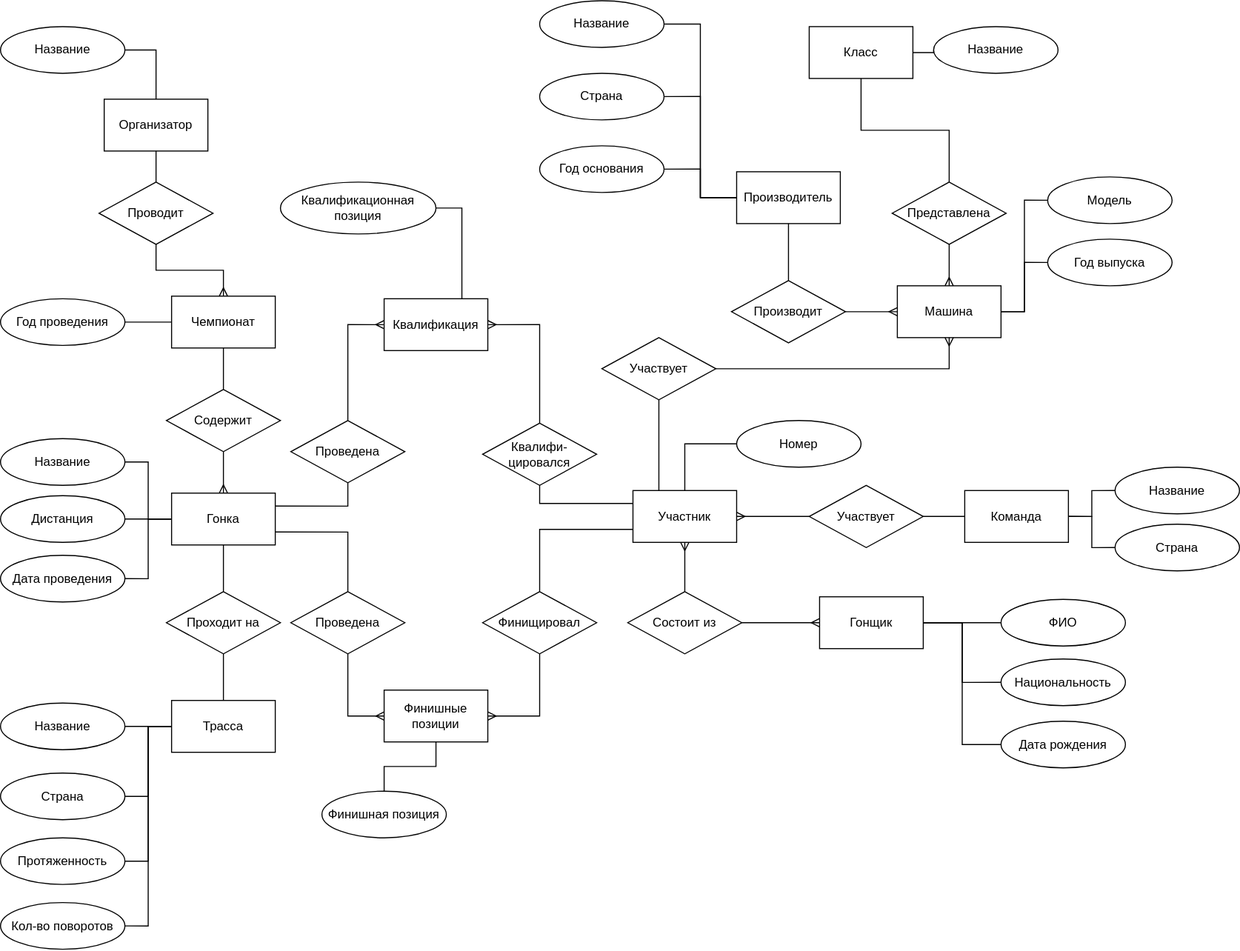
Above: docs/images/ER.svg in k3sslerX/BMSTU_PPO (draw.io), before the change. Source tidied: cells renumbered, new cells last; positions are measured from the earlier drawing's top-left corner, leaving out a move shared by most shapes.
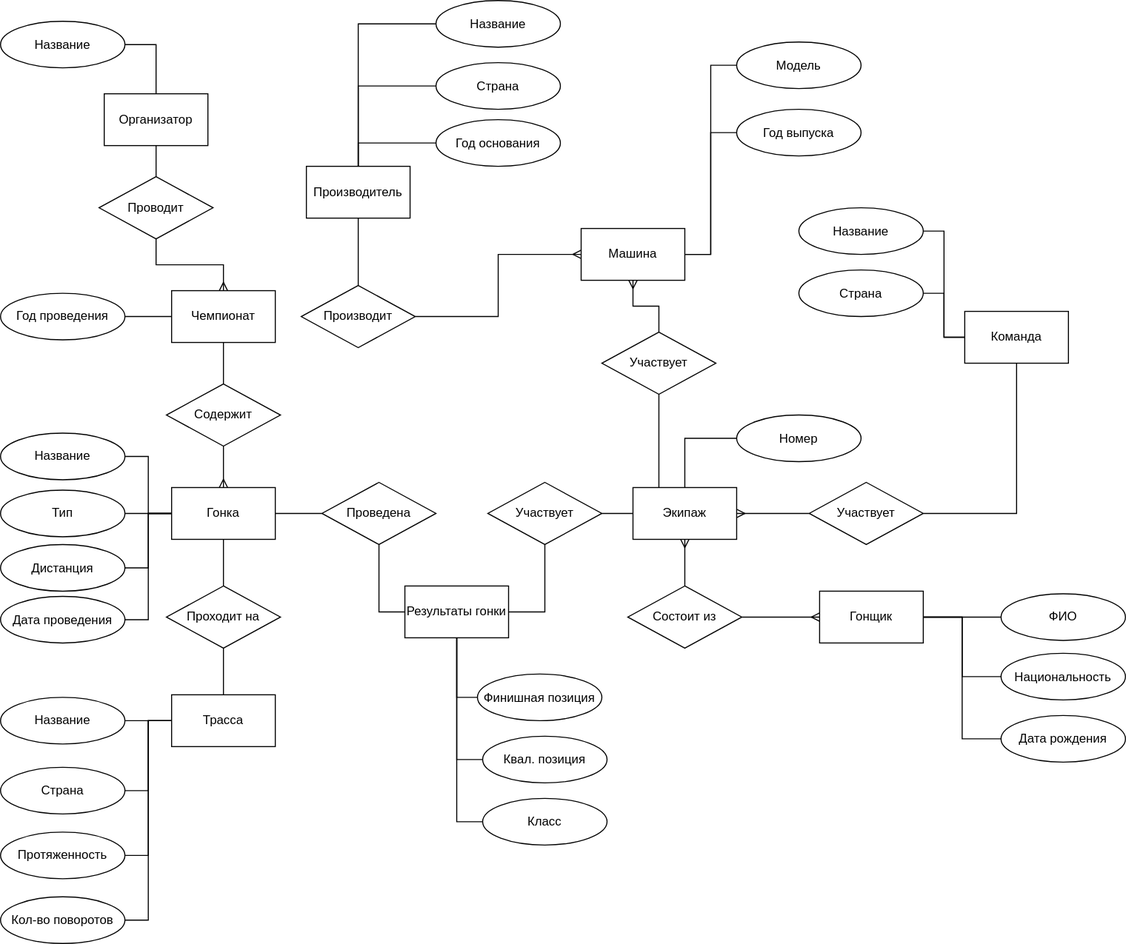
The same diagram one commit later.

Diff of the diagram source:
```diff
@@ -22,5 +22,2 @@
     </mxCell>
-    <mxCell id="8" style="edgeStyle=orthogonalEdgeStyle;rounded=0;jettySize=auto;html=1;exitX=1;exitY=0.25;exitDx=0;exitDy=0;entryX=0.5;entryY=1;entryDx=0;entryDy=0;endArrow=none;startFill=0;" parent="1" edge="1" source="10" target="91">
-      <mxGeometry relative="1" as="geometry" />
-    </mxCell>
     <mxCell id="9" style="edgeStyle=orthogonalEdgeStyle;rounded=0;jettySize=auto;html=1;exitX=0;exitY=0.5;exitDx=0;exitDy=0;entryX=1;entryY=0.5;entryDx=0;entryDy=0;endArrow=none;startFill=0;" parent="1" edge="1" source="10" target="95">
@@ -28,2 +25,8 @@
     </mxCell>
+    <mxCell id="96" style="edgeStyle=orthogonalEdgeStyle;rounded=0;jettySize=auto;html=1;exitX=0;exitY=0.5;exitDx=0;exitDy=0;entryX=1;entryY=0.5;entryDx=0;entryDy=0;endArrow=none;startFill=0;" parent="1" edge="1" source="10" target="99">
+      <mxGeometry relative="1" as="geometry" />
+    </mxCell>
+    <mxCell id="97" style="edgeStyle=orthogonalEdgeStyle;rounded=0;jettySize=auto;html=1;exitX=1;exitY=0.5;exitDx=0;exitDy=0;entryX=0;entryY=0.5;entryDx=0;entryDy=0;endArrow=none;startFill=0;" parent="1" edge="1" source="10" target="109">
+      <mxGeometry relative="1" as="geometry" />
+    </mxCell>
     <mxCell id="10" value="Гонка" style="rounded=0;whiteSpace=wrap;html=1;" parent="1" vertex="1">
@@ -53,12 +56,15 @@
     <mxCell id="18" value="Машина" style="rounded=0;whiteSpace=wrap;html=1;" parent="1" vertex="1">
-      <mxGeometry x="865" y="275" width="100" height="50" as="geometry" />
+      <mxGeometry x="560" y="225" width="100" height="50" as="geometry" />
     </mxCell>
+    <mxCell id="98" style="edgeStyle=orthogonalEdgeStyle;rounded=0;jettySize=auto;html=1;exitX=0.5;exitY=1;exitDx=0;exitDy=0;entryX=1;entryY=0.5;entryDx=0;entryDy=0;endArrow=none;startFill=0;" parent="1" edge="1" source="21" target="67">
+      <mxGeometry relative="1" as="geometry" />
+    </mxCell>
+    <mxCell id="20" style="edgeStyle=orthogonalEdgeStyle;rounded=0;jettySize=auto;html=1;exitX=0;exitY=0.5;exitDx=0;exitDy=0;entryX=1;entryY=0.5;entryDx=0;entryDy=0;endArrow=none;startFill=0;" parent="1" edge="1" source="21" target="52">
+      <mxGeometry relative="1" as="geometry" />
+    </mxCell>
-    <mxCell id="19" style="edgeStyle=orthogonalEdgeStyle;rounded=0;jettySize=auto;html=1;exitX=1;exitY=0.5;exitDx=0;exitDy=0;entryX=0;entryY=0.5;entryDx=0;entryDy=0;endArrow=none;startFill=0;" parent="1" edge="1" source="21" target="51">
+    <mxCell id="19" style="edgeStyle=orthogonalEdgeStyle;rounded=0;jettySize=auto;html=1;exitX=0;exitY=0.5;exitDx=0;exitDy=0;entryX=1;entryY=0.5;entryDx=0;entryDy=0;endArrow=none;startFill=0;" parent="1" edge="1" source="21" target="51">
       <mxGeometry relative="1" as="geometry" />
     </mxCell>
-    <mxCell id="20" style="edgeStyle=orthogonalEdgeStyle;rounded=0;jettySize=auto;html=1;exitX=1;exitY=0.5;exitDx=0;exitDy=0;entryX=0;entryY=0.5;entryDx=0;entryDy=0;endArrow=none;startFill=0;" parent="1" edge="1" source="21" target="52">
-      <mxGeometry relative="1" as="geometry" />
-    </mxCell>
     <mxCell id="21" value="Команда" style="rounded=0;whiteSpace=wrap;html=1;" parent="1" vertex="1">
-      <mxGeometry x="930" y="472.5" width="100" height="50" as="geometry" />
+      <mxGeometry x="930" y="305" width="100" height="50" as="geometry" />
     </mxCell>
@@ -98,11 +104,11 @@
     <mxCell id="33" value="Название" style="ellipse;whiteSpace=wrap;html=1;" parent="1" vertex="1">
-      <mxGeometry x="520" width="120" height="45" as="geometry" />
+      <mxGeometry x="420" y="5" width="120" height="45" as="geometry" />
     </mxCell>
-    <mxCell id="34" style="edgeStyle=orthogonalEdgeStyle;rounded=0;jettySize=auto;html=1;exitX=0;exitY=0.5;exitDx=0;exitDy=0;entryX=1;entryY=0.5;entryDx=0;entryDy=0;endArrow=none;startFill=0;" parent="1" edge="1" source="37" target="42">
+    <mxCell id="34" style="edgeStyle=orthogonalEdgeStyle;rounded=0;jettySize=auto;html=1;exitX=0.5;exitY=0;exitDx=0;exitDy=0;entryX=0;entryY=0.5;entryDx=0;entryDy=0;endArrow=none;startFill=0;" parent="1" edge="1" source="37" target="42">
       <mxGeometry relative="1" as="geometry" />
     </mxCell>
-    <mxCell id="35" style="edgeStyle=orthogonalEdgeStyle;rounded=0;jettySize=auto;html=1;exitX=0;exitY=0.5;exitDx=0;exitDy=0;entryX=1;entryY=0.5;entryDx=0;entryDy=0;endArrow=none;startFill=0;" parent="1" edge="1" source="37" target="41">
+    <mxCell id="35" style="edgeStyle=orthogonalEdgeStyle;rounded=0;jettySize=auto;html=1;exitX=0.5;exitY=0;exitDx=0;exitDy=0;entryX=0;entryY=0.5;entryDx=0;entryDy=0;endArrow=none;startFill=0;" parent="1" edge="1" source="37" target="41">
       <mxGeometry relative="1" as="geometry" />
     </mxCell>
-    <mxCell id="36" style="edgeStyle=orthogonalEdgeStyle;rounded=0;jettySize=auto;html=1;exitX=0;exitY=0.5;exitDx=0;exitDy=0;entryX=1;entryY=0.5;entryDx=0;entryDy=0;endArrow=none;startFill=0;" parent="1" edge="1" source="37" target="33">
+    <mxCell id="36" style="edgeStyle=orthogonalEdgeStyle;rounded=0;jettySize=auto;html=1;exitX=0.5;exitY=0;exitDx=0;exitDy=0;entryX=0;entryY=0.5;entryDx=0;entryDy=0;endArrow=none;startFill=0;" parent="1" edge="1" source="37" target="33">
       <mxGeometry relative="1" as="geometry" />
@@ -110,3 +116,3 @@
     <mxCell id="37" value="Производитель" style="rounded=0;whiteSpace=wrap;html=1;" parent="1" vertex="1">
-      <mxGeometry x="710" y="165" width="100" height="50" as="geometry" />
+      <mxGeometry x="295" y="165" width="100" height="50" as="geometry" />
     </mxCell>
@@ -119,40 +125,19 @@
     <mxCell id="40" value="Производит" style="rhombus;whiteSpace=wrap;html=1;" parent="1" vertex="1">
-      <mxGeometry x="705" y="270" width="110" height="60" as="geometry" />
+      <mxGeometry x="290" y="280" width="110" height="60" as="geometry" />
     </mxCell>
     <mxCell id="41" value="Страна" style="ellipse;whiteSpace=wrap;html=1;" parent="1" vertex="1">
-      <mxGeometry x="520" y="70" width="120" height="45" as="geometry" />
+      <mxGeometry x="420" y="65" width="120" height="45" as="geometry" />
     </mxCell>
     <mxCell id="42" value="Год основания" style="ellipse;whiteSpace=wrap;html=1;" parent="1" vertex="1">
-      <mxGeometry x="520" y="140" width="120" height="45" as="geometry" />
+      <mxGeometry x="420" y="120" width="120" height="45" as="geometry" />
     </mxCell>
     <mxCell id="43" value="Модель" style="ellipse;whiteSpace=wrap;html=1;" parent="1" vertex="1">
-      <mxGeometry x="1010" y="170" width="120" height="45" as="geometry" />
+      <mxGeometry x="710" y="45" width="120" height="45" as="geometry" />
     </mxCell>
     <mxCell id="44" value="Год выпуска" style="ellipse;whiteSpace=wrap;html=1;" parent="1" vertex="1">
-      <mxGeometry x="1010" y="230" width="120" height="45" as="geometry" />
+      <mxGeometry x="710" y="110" width="120" height="45" as="geometry" />
     </mxCell>
-    <mxCell id="45" style="edgeStyle=orthogonalEdgeStyle;rounded=0;jettySize=auto;html=1;exitX=1;exitY=0.5;exitDx=0;exitDy=0;entryX=0;entryY=0.5;entryDx=0;entryDy=0;endArrow=none;startFill=0;" parent="1" edge="1" source="46" target="50">
-      <mxGeometry relative="1" as="geometry" />
-    </mxCell>
-    <mxCell id="46" value="Класс" style="rounded=0;whiteSpace=wrap;html=1;" parent="1" vertex="1">
-      <mxGeometry x="780" y="25" width="100" height="50" as="geometry" />
-    </mxCell>
-    <mxCell id="47" style="edgeStyle=orthogonalEdgeStyle;rounded=0;jettySize=auto;html=1;exitX=0.5;exitY=1;exitDx=0;exitDy=0;entryX=0.5;entryY=0;entryDx=0;entryDy=0;endArrow=ERmany;endFill=0;" parent="1" edge="1" source="49" target="18">
-      <mxGeometry relative="1" as="geometry" />
-    </mxCell>
-    <mxCell id="48" style="edgeStyle=orthogonalEdgeStyle;rounded=0;jettySize=auto;html=1;exitX=0.5;exitY=0;exitDx=0;exitDy=0;entryX=0.5;entryY=1;entryDx=0;entryDy=0;endArrow=none;startFill=0;" parent="1" edge="1" source="49" target="46">
-      <mxGeometry relative="1" as="geometry" />
-    </mxCell>
-    <mxCell id="49" value="Представлена" style="rhombus;whiteSpace=wrap;html=1;" parent="1" vertex="1">
-      <mxGeometry x="860" y="175" width="110" height="60" as="geometry" />
-    </mxCell>
-    <mxCell id="50" value="Название" style="ellipse;whiteSpace=wrap;html=1;" parent="1" vertex="1">
-      <mxGeometry x="900" y="25" width="120" height="45" as="geometry" />
-    </mxCell>
     <mxCell id="51" value="Название" style="ellipse;whiteSpace=wrap;html=1;" parent="1" vertex="1">
-      <mxGeometry x="1075" y="450" width="120" height="45" as="geometry" />
+      <mxGeometry x="770" y="205" width="120" height="45" as="geometry" />
     </mxCell>
-    <mxCell id="52" value="Страна" style="ellipse;whiteSpace=wrap;html=1;" parent="1" vertex="1">
-      <mxGeometry x="1075" y="505" width="120" height="45" as="geometry" />
-    </mxCell>
     <mxCell id="53" value="ФИО" style="ellipse;whiteSpace=wrap;html=1;" parent="1" vertex="1">
@@ -170,3 +155,3 @@
     <mxCell id="57" value="Дата проведения" style="ellipse;whiteSpace=wrap;html=1;" parent="1" vertex="1">
-      <mxGeometry y="535" width="120" height="45" as="geometry" />
+      <mxGeometry y="580" width="120" height="45" as="geometry" />
     </mxCell>
@@ -184,14 +169,2 @@
     </mxCell>
-    <mxCell id="62" style="edgeStyle=orthogonalEdgeStyle;rounded=0;jettySize=auto;html=1;exitX=0.5;exitY=0;exitDx=0;exitDy=0;entryX=1;entryY=0.75;entryDx=0;entryDy=0;endArrow=none;endFill=0;startFill=0;" parent="1" edge="1" source="64" target="10">
-      <mxGeometry relative="1" as="geometry" />
-    </mxCell>
-    <mxCell id="63" style="edgeStyle=orthogonalEdgeStyle;rounded=0;jettySize=auto;html=1;exitX=0.5;exitY=1;exitDx=0;exitDy=0;entryX=0;entryY=0.5;entryDx=0;entryDy=0;endArrow=ERmany;endFill=0;" parent="1" edge="1" source="64" target="72">
-      <mxGeometry relative="1" as="geometry" />
-    </mxCell>
-    <mxCell id="64" value="Проведена" style="rhombus;whiteSpace=wrap;html=1;" parent="1" vertex="1">
-      <mxGeometry x="280" y="570" width="110" height="60" as="geometry" />
-    </mxCell>
-    <mxCell id="65" style="edgeStyle=orthogonalEdgeStyle;rounded=0;jettySize=auto;html=1;exitX=1;exitY=0.5;exitDx=0;exitDy=0;entryX=0;entryY=0.5;entryDx=0;entryDy=0;endArrow=none;endFill=0;startFill=0;" parent="1" edge="1" source="67" target="21">
-      <mxGeometry relative="1" as="geometry" />
-    </mxCell>
     <mxCell id="66" style="edgeStyle=orthogonalEdgeStyle;rounded=0;jettySize=auto;html=1;exitX=0;exitY=0.5;exitDx=0;exitDy=0;entryX=1;entryY=0.5;entryDx=0;entryDy=0;endArrow=ERmany;endFill=0;" parent="1" edge="1" source="67" target="76">
@@ -200,10 +173,10 @@
     <mxCell id="67" value="Участвует" style="rhombus;whiteSpace=wrap;html=1;" parent="1" vertex="1">
-      <mxGeometry x="780" y="467.5" width="110" height="60" as="geometry" />
+      <mxGeometry x="780" y="470" width="110" height="60" as="geometry" />
     </mxCell>
+    <mxCell id="69" style="edgeStyle=orthogonalEdgeStyle;rounded=0;jettySize=auto;html=1;exitX=0.5;exitY=1;exitDx=0;exitDy=0;entryX=0.25;entryY=0;entryDx=0;entryDy=0;endArrow=none;startFill=0;" parent="1" edge="1" source="70" target="76">
+      <mxGeometry relative="1" as="geometry" />
+    </mxCell>
-    <mxCell id="68" style="edgeStyle=orthogonalEdgeStyle;rounded=0;jettySize=auto;html=1;exitX=1;exitY=0.5;exitDx=0;exitDy=0;entryX=0.5;entryY=1;entryDx=0;entryDy=0;endArrow=ERmany;endFill=0;" parent="1" edge="1" source="70" target="18">
+    <mxCell id="68" style="edgeStyle=orthogonalEdgeStyle;rounded=0;jettySize=auto;html=1;exitX=0.5;exitY=0;exitDx=0;exitDy=0;entryX=0.5;entryY=1;entryDx=0;entryDy=0;endArrow=ERmany;endFill=0;" parent="1" edge="1" source="70" target="18">
       <mxGeometry relative="1" as="geometry" />
     </mxCell>
-    <mxCell id="69" style="edgeStyle=orthogonalEdgeStyle;rounded=0;jettySize=auto;html=1;exitX=0.5;exitY=1;exitDx=0;exitDy=0;entryX=0.25;entryY=0;entryDx=0;entryDy=0;endArrow=none;startFill=0;" parent="1" edge="1" source="70" target="76">
-      <mxGeometry relative="1" as="geometry" />
-    </mxCell>
     <mxCell id="70" value="Участвует" style="rhombus;whiteSpace=wrap;html=1;" parent="1" vertex="1">
@@ -211,11 +184,2 @@
     </mxCell>
-    <mxCell id="71" style="edgeStyle=orthogonalEdgeStyle;rounded=0;jettySize=auto;html=1;exitX=0.5;exitY=1;exitDx=0;exitDy=0;entryX=0.5;entryY=0;entryDx=0;entryDy=0;endArrow=none;startFill=0;" parent="1" edge="1" source="72" target="73">
-      <mxGeometry relative="1" as="geometry" />
-    </mxCell>
-    <mxCell id="72" value="Финишные позиции" style="rounded=0;whiteSpace=wrap;html=1;" parent="1" vertex="1">
-      <mxGeometry x="370" y="665" width="100" height="50" as="geometry" />
-    </mxCell>
-    <mxCell id="73" value="Финишная позиция" style="ellipse;whiteSpace=wrap;html=1;" parent="1" vertex="1">
-      <mxGeometry x="310" y="762.5" width="120" height="45" as="geometry" />
-    </mxCell>
     <mxCell id="74" style="edgeStyle=orthogonalEdgeStyle;rounded=0;jettySize=auto;html=1;exitX=0.5;exitY=0;exitDx=0;exitDy=0;entryX=0;entryY=0.5;entryDx=0;entryDy=0;endArrow=none;startFill=0;" parent="1" edge="1" source="76" target="83">
@@ -223,11 +187,4 @@
     </mxCell>
-    <mxCell id="75" style="edgeStyle=orthogonalEdgeStyle;rounded=0;jettySize=auto;html=1;exitX=0;exitY=0.25;exitDx=0;exitDy=0;entryX=0.5;entryY=1;entryDx=0;entryDy=0;endArrow=none;startFill=0;" parent="1" edge="1" source="76" target="93">
-      <mxGeometry relative="1" as="geometry">
-        <Array as="points">
-          <mxPoint x="520" y="485" />
-        </Array>
-      </mxGeometry>
-    </mxCell>
-    <mxCell id="76" value="Участник" style="rounded=0;whiteSpace=wrap;html=1;" parent="1" vertex="1">
-      <mxGeometry x="610" y="472.5" width="100" height="50" as="geometry" />
+    <mxCell id="76" value="Экипаж" style="rounded=0;whiteSpace=wrap;html=1;" parent="1" vertex="1">
+      <mxGeometry x="610" y="475" width="100" height="50" as="geometry" />
     </mxCell>
@@ -242,11 +199,2 @@
     </mxCell>
-    <mxCell id="80" style="edgeStyle=orthogonalEdgeStyle;rounded=0;jettySize=auto;html=1;exitX=0.5;exitY=0;exitDx=0;exitDy=0;entryX=0;entryY=0.75;entryDx=0;entryDy=0;endArrow=none;endFill=0;startFill=0;" parent="1" edge="1" source="82" target="76">
-      <mxGeometry relative="1" as="geometry" />
-    </mxCell>
-    <mxCell id="81" style="edgeStyle=orthogonalEdgeStyle;rounded=0;jettySize=auto;html=1;exitX=0.5;exitY=1;exitDx=0;exitDy=0;entryX=1;entryY=0.5;entryDx=0;entryDy=0;endArrow=ERmany;startFill=0;endFill=0;" parent="1" edge="1" source="82" target="72">
-      <mxGeometry relative="1" as="geometry" />
-    </mxCell>
-    <mxCell id="82" value="Финищировал" style="rhombus;whiteSpace=wrap;html=1;" parent="1" vertex="1">
-      <mxGeometry x="465" y="570" width="110" height="60" as="geometry" />
-    </mxCell>
     <mxCell id="83" value="Номер" style="ellipse;whiteSpace=wrap;html=1;" parent="1" vertex="1">
@@ -266,26 +214,47 @@
     </mxCell>
-    <mxCell id="88" style="edgeStyle=orthogonalEdgeStyle;rounded=0;jettySize=auto;html=1;exitX=0.75;exitY=0;exitDx=0;exitDy=0;entryX=1;entryY=0.5;entryDx=0;entryDy=0;endArrow=none;startFill=0;" parent="1" edge="1" source="89" target="94">
-      <mxGeometry relative="1" as="geometry" />
-    </mxCell>
-    <mxCell id="89" value="Квалификация" style="rounded=0;whiteSpace=wrap;html=1;" parent="1" vertex="1">
-      <mxGeometry x="370" y="287.5" width="100" height="50" as="geometry" />
-    </mxCell>
-    <mxCell id="90" style="edgeStyle=orthogonalEdgeStyle;rounded=0;jettySize=auto;html=1;exitX=0.5;exitY=0;exitDx=0;exitDy=0;entryX=0;entryY=0.5;entryDx=0;entryDy=0;endArrow=ERmany;endFill=0;" parent="1" edge="1" source="91" target="89">
-      <mxGeometry relative="1" as="geometry" />
-    </mxCell>
-    <mxCell id="91" value="Проведена" style="rhombus;whiteSpace=wrap;html=1;" parent="1" vertex="1">
-      <mxGeometry x="280" y="405" width="110" height="60" as="geometry" />
-    </mxCell>
-    <mxCell id="92" style="edgeStyle=orthogonalEdgeStyle;rounded=0;jettySize=auto;html=1;exitX=0.5;exitY=0;exitDx=0;exitDy=0;entryX=1;entryY=0.5;entryDx=0;entryDy=0;endArrow=ERmany;endFill=0;" parent="1" edge="1" source="93" target="89">
-      <mxGeometry relative="1" as="geometry" />
-    </mxCell>
-    <mxCell id="93" value="Квалифи-&lt;div&gt;цировался&lt;/div&gt;" style="rhombus;whiteSpace=wrap;html=1;" parent="1" vertex="1">
-      <mxGeometry x="465" y="407.5" width="110" height="60" as="geometry" />
-    </mxCell>
-    <mxCell id="94" value="Квалификационная&lt;div&gt;позиция&lt;/div&gt;" style="ellipse;whiteSpace=wrap;html=1;" parent="1" vertex="1">
-      <mxGeometry x="270" y="175" width="150" height="50" as="geometry" />
-    </mxCell>
     <mxCell id="95" value="Дистанция" style="ellipse;whiteSpace=wrap;html=1;" parent="1" vertex="1">
-      <mxGeometry y="477.5" width="120" height="45" as="geometry" />
+      <mxGeometry y="530" width="120" height="45" as="geometry" />
     </mxCell>
+    <mxCell id="99" value="Тип" style="ellipse;whiteSpace=wrap;html=1;" parent="1" vertex="1">
+      <mxGeometry y="477.5" width="120" height="45" as="geometry" />
+    </mxCell>
+    <mxCell id="100" style="edgeStyle=orthogonalEdgeStyle;rounded=0;jettySize=auto;html=1;exitX=0.5;exitY=1;exitDx=0;exitDy=0;entryX=0;entryY=0.5;entryDx=0;entryDy=0;endArrow=none;startFill=0;" parent="1" edge="1" source="103" target="46">
+      <mxGeometry relative="1" as="geometry" />
+    </mxCell>
+    <mxCell id="101" style="edgeStyle=orthogonalEdgeStyle;rounded=0;jettySize=auto;html=1;exitX=0.5;exitY=1;exitDx=0;exitDy=0;entryX=0;entryY=0.5;entryDx=0;entryDy=0;endArrow=none;startFill=0;" parent="1" edge="1" source="103" target="104">
+      <mxGeometry relative="1" as="geometry" />
+    </mxCell>
+    <mxCell id="102" style="edgeStyle=orthogonalEdgeStyle;rounded=0;jettySize=auto;html=1;exitX=0.5;exitY=1;exitDx=0;exitDy=0;entryX=0;entryY=0.5;entryDx=0;entryDy=0;endArrow=none;startFill=0;" parent="1" edge="1" source="103" target="73">
+      <mxGeometry relative="1" as="geometry" />
+    </mxCell>
+    <mxCell id="103" value="Результаты гонки" style="rounded=0;whiteSpace=wrap;html=1;" parent="1" vertex="1">
+      <mxGeometry x="390" y="570" width="100" height="50" as="geometry" />
+    </mxCell>
+    <mxCell id="73" value="Финишная позиция" style="ellipse;whiteSpace=wrap;html=1;" parent="1" vertex="1">
+      <mxGeometry x="460" y="655" width="120" height="45" as="geometry" />
+    </mxCell>
+    <mxCell id="104" value="Квал. позиция" style="ellipse;whiteSpace=wrap;html=1;" parent="1" vertex="1">
+      <mxGeometry x="465" y="715" width="120" height="45" as="geometry" />
+    </mxCell>
+    <mxCell id="46" value="Класс" style="ellipse;whiteSpace=wrap;html=1;" parent="1" vertex="1">
+      <mxGeometry x="465" y="775" width="120" height="45" as="geometry" />
+    </mxCell>
+    <mxCell id="105" style="edgeStyle=orthogonalEdgeStyle;rounded=0;jettySize=auto;html=1;exitX=0.5;exitY=1;exitDx=0;exitDy=0;entryX=1;entryY=0.5;entryDx=0;entryDy=0;endArrow=none;startFill=0;" parent="1" edge="1" source="107" target="103">
+      <mxGeometry relative="1" as="geometry" />
+    </mxCell>
+    <mxCell id="106" style="edgeStyle=orthogonalEdgeStyle;rounded=0;jettySize=auto;html=1;exitX=1;exitY=0.5;exitDx=0;exitDy=0;entryX=0;entryY=0.5;entryDx=0;entryDy=0;endArrow=none;startFill=0;" parent="1" edge="1" source="107" target="76">
+      <mxGeometry relative="1" as="geometry" />
+    </mxCell>
+    <mxCell id="107" value="Участвует" style="rhombus;whiteSpace=wrap;html=1;" parent="1" vertex="1">
+      <mxGeometry x="470" y="470" width="110" height="60" as="geometry" />
+    </mxCell>
+    <mxCell id="108" style="edgeStyle=orthogonalEdgeStyle;rounded=0;jettySize=auto;html=1;exitX=0.5;exitY=1;exitDx=0;exitDy=0;entryX=0;entryY=0.5;entryDx=0;entryDy=0;endArrow=none;startFill=0;" parent="1" edge="1" source="109" target="103">
+      <mxGeometry relative="1" as="geometry" />
+    </mxCell>
+    <mxCell id="109" value="Проведена" style="rhombus;whiteSpace=wrap;html=1;" parent="1" vertex="1">
+      <mxGeometry x="310" y="470" width="110" height="60" as="geometry" />
+    </mxCell>
+    <mxCell id="52" value="Страна" style="ellipse;whiteSpace=wrap;html=1;" parent="1" vertex="1">
+      <mxGeometry x="770" y="265" width="120" height="45" as="geometry" />
+    </mxCell>
   </root>
```
